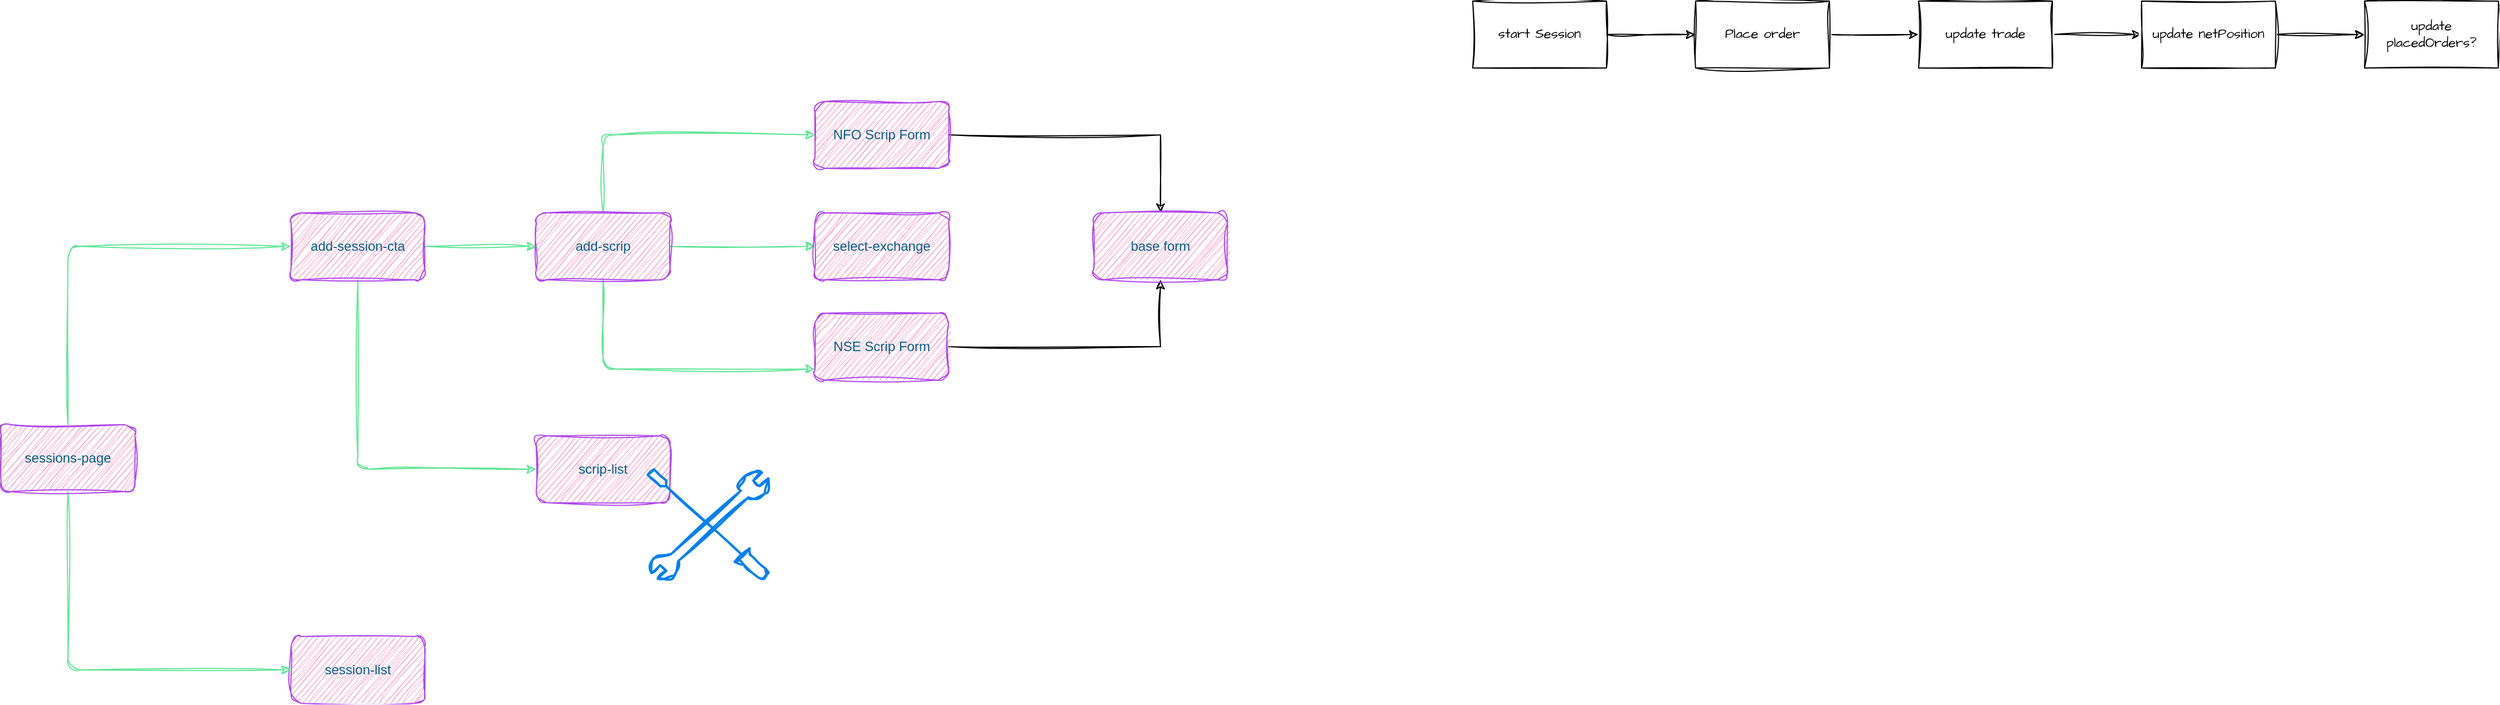
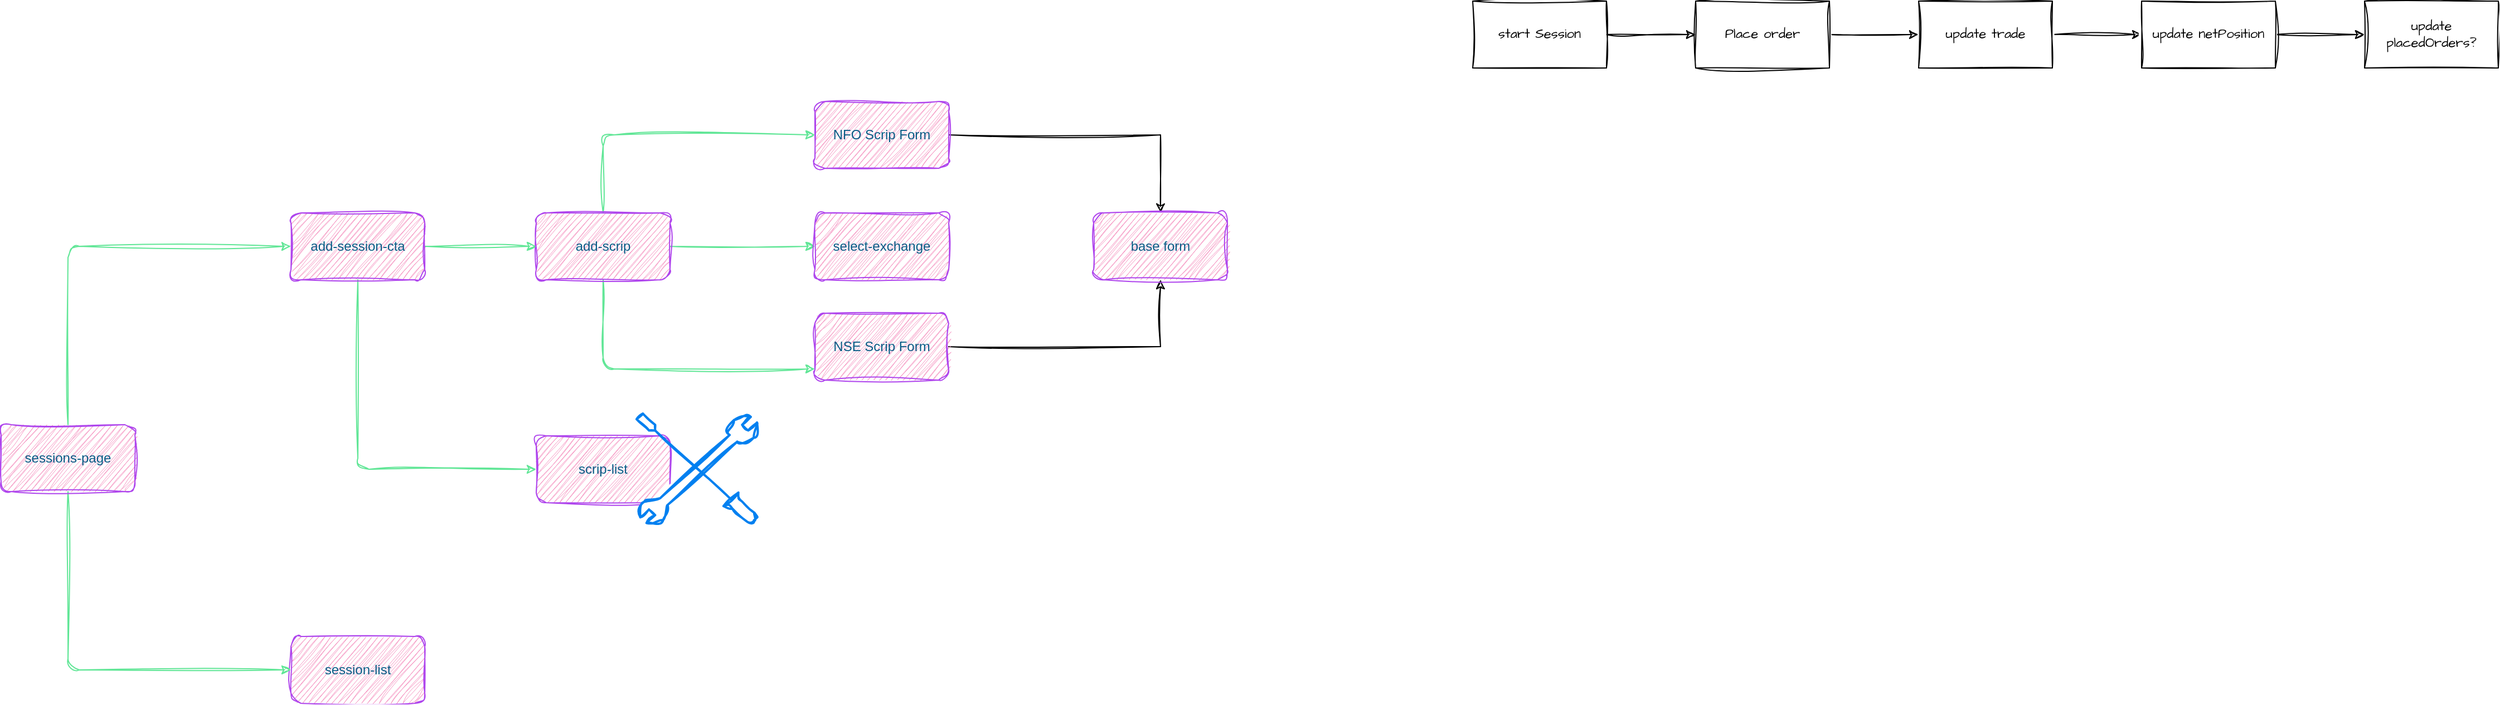
<mxfile host="app.diagrams.net" pages="5">
  <diagram id="wPQbEJP3DVO_ncDqMHqx" name="Sessions Page">
    <mxGraphModel dx="2408" dy="1443" grid="1" gridSize="10" guides="1" tooltips="1" connect="1" arrows="1" fold="1" page="0" pageScale="1" pageWidth="402" pageHeight="874" math="0" shadow="0">
      <root>
        <mxCell id="0" />
        <mxCell id="1" parent="0" />
        <mxCell id="DB1AKVm6qyutKQlFYAWD-6" edge="1" parent="1" source="DB1AKVm6qyutKQlFYAWD-1" style="edgeStyle=orthogonalEdgeStyle;rounded=1;orthogonalLoop=1;jettySize=auto;html=1;sketch=1;curveFitting=1;jiggle=2;labelBackgroundColor=none;strokeColor=#60E696;fontColor=default;" target="DB1AKVm6qyutKQlFYAWD-5" value="">
          <mxGeometry relative="1" as="geometry" />
        </mxCell>
        <mxCell id="DB1AKVm6qyutKQlFYAWD-8" edge="1" parent="1" source="DB1AKVm6qyutKQlFYAWD-1" style="edgeStyle=orthogonalEdgeStyle;rounded=1;orthogonalLoop=1;jettySize=auto;html=1;sketch=1;curveFitting=1;jiggle=2;labelBackgroundColor=none;strokeColor=#60E696;fontColor=default;" target="DB1AKVm6qyutKQlFYAWD-7" value="">
          <mxGeometry relative="1" as="geometry">
            <Array as="points">
              <mxPoint x="120" y="270" />
            </Array>
          </mxGeometry>
        </mxCell>
        <mxCell id="DB1AKVm6qyutKQlFYAWD-10" edge="1" parent="1" source="DB1AKVm6qyutKQlFYAWD-1" style="edgeStyle=orthogonalEdgeStyle;rounded=1;orthogonalLoop=1;jettySize=auto;html=1;sketch=1;curveFitting=1;jiggle=2;labelBackgroundColor=none;strokeColor=#60E696;fontColor=default;" target="DB1AKVm6qyutKQlFYAWD-9" value="">
          <mxGeometry relative="1" as="geometry">
            <Array as="points">
              <mxPoint x="120" y="60" />
            </Array>
          </mxGeometry>
        </mxCell>
        <mxCell id="DB1AKVm6qyutKQlFYAWD-1" parent="1" style="rounded=1;whiteSpace=wrap;html=1;sketch=1;curveFitting=1;jiggle=2;labelBackgroundColor=none;fillColor=#F694C1;strokeColor=#AF45ED;fontColor=#095C86;" value="add-scrip" vertex="1">
          <mxGeometry height="60" width="120" x="60" y="130" as="geometry" />
        </mxCell>
        <mxCell id="DB1AKVm6qyutKQlFYAWD-4" edge="1" parent="1" source="DB1AKVm6qyutKQlFYAWD-3" style="edgeStyle=orthogonalEdgeStyle;rounded=1;orthogonalLoop=1;jettySize=auto;html=1;sketch=1;curveFitting=1;jiggle=2;labelBackgroundColor=none;strokeColor=#60E696;fontColor=default;" target="DB1AKVm6qyutKQlFYAWD-1" value="">
          <mxGeometry relative="1" as="geometry" />
        </mxCell>
        <mxCell id="DB1AKVm6qyutKQlFYAWD-12" edge="1" parent="1" source="DB1AKVm6qyutKQlFYAWD-3" style="edgeStyle=orthogonalEdgeStyle;rounded=1;orthogonalLoop=1;jettySize=auto;html=1;sketch=1;curveFitting=1;jiggle=2;labelBackgroundColor=none;strokeColor=#60E696;fontColor=default;" target="DB1AKVm6qyutKQlFYAWD-11" value="">
          <mxGeometry relative="1" as="geometry">
            <Array as="points">
              <mxPoint x="-100" y="360" />
            </Array>
          </mxGeometry>
        </mxCell>
        <mxCell id="DB1AKVm6qyutKQlFYAWD-3" parent="1" style="rounded=1;whiteSpace=wrap;html=1;sketch=1;curveFitting=1;jiggle=2;labelBackgroundColor=none;fillColor=#F694C1;strokeColor=#AF45ED;fontColor=#095C86;" value="add-session-cta" vertex="1">
          <mxGeometry height="60" width="120" x="-160" y="130" as="geometry" />
        </mxCell>
        <mxCell id="DB1AKVm6qyutKQlFYAWD-5" parent="1" style="whiteSpace=wrap;html=1;rounded=1;sketch=1;curveFitting=1;jiggle=2;labelBackgroundColor=none;fillColor=#F694C1;strokeColor=#AF45ED;fontColor=#095C86;" value="select-exchange" vertex="1">
          <mxGeometry height="60" width="120" x="310" y="130" as="geometry" />
        </mxCell>
        <mxCell id="ouMAoqMrmdJ_XqpmxOQB-3" edge="1" parent="1" source="DB1AKVm6qyutKQlFYAWD-7" style="edgeStyle=orthogonalEdgeStyle;rounded=0;sketch=1;hachureGap=4;jiggle=2;curveFitting=1;orthogonalLoop=1;jettySize=auto;html=1;fontFamily=Architects Daughter;fontSource=https%3A%2F%2Ffonts.googleapis.com%2Fcss%3Ffamily%3DArchitects%2BDaughter;" target="ouMAoqMrmdJ_XqpmxOQB-1">
          <mxGeometry relative="1" as="geometry" />
        </mxCell>
        <mxCell id="DB1AKVm6qyutKQlFYAWD-7" parent="1" style="whiteSpace=wrap;html=1;rounded=1;sketch=1;curveFitting=1;jiggle=2;labelBackgroundColor=none;fillColor=#F694C1;strokeColor=#AF45ED;fontColor=#095C86;" value="NSE Scrip Form" vertex="1">
          <mxGeometry height="60" width="120" x="310" y="220" as="geometry" />
        </mxCell>
        <mxCell id="ouMAoqMrmdJ_XqpmxOQB-2" edge="1" parent="1" source="DB1AKVm6qyutKQlFYAWD-9" style="edgeStyle=orthogonalEdgeStyle;rounded=0;sketch=1;hachureGap=4;jiggle=2;curveFitting=1;orthogonalLoop=1;jettySize=auto;html=1;fontFamily=Architects Daughter;fontSource=https%3A%2F%2Ffonts.googleapis.com%2Fcss%3Ffamily%3DArchitects%2BDaughter;" target="ouMAoqMrmdJ_XqpmxOQB-1" value="">
          <mxGeometry relative="1" as="geometry" />
        </mxCell>
        <mxCell id="DB1AKVm6qyutKQlFYAWD-9" parent="1" style="whiteSpace=wrap;html=1;rounded=1;sketch=1;curveFitting=1;jiggle=2;labelBackgroundColor=none;fillColor=#F694C1;strokeColor=#AF45ED;fontColor=#095C86;" value="NFO Scrip Form" vertex="1">
          <mxGeometry height="60" width="120" x="310" y="30" as="geometry" />
        </mxCell>
        <mxCell id="DB1AKVm6qyutKQlFYAWD-11" parent="1" style="whiteSpace=wrap;html=1;rounded=1;sketch=1;curveFitting=1;jiggle=2;labelBackgroundColor=none;fillColor=#F694C1;strokeColor=#AF45ED;fontColor=#095C86;" value="scrip-list" vertex="1">
          <mxGeometry height="60" width="120" x="60" y="330" as="geometry" />
        </mxCell>
        <mxCell id="DB1AKVm6qyutKQlFYAWD-13" parent="1" style="rounded=1;whiteSpace=wrap;html=1;sketch=1;curveFitting=1;jiggle=2;labelBackgroundColor=none;fillColor=#F694C1;strokeColor=#AF45ED;fontColor=#095C86;" value="session-list" vertex="1">
          <mxGeometry height="60" width="120" x="-160" y="510" as="geometry" />
        </mxCell>
        <mxCell id="DB1AKVm6qyutKQlFYAWD-15" edge="1" parent="1" source="DB1AKVm6qyutKQlFYAWD-14" style="edgeStyle=orthogonalEdgeStyle;rounded=1;sketch=1;hachureGap=4;jiggle=2;curveFitting=1;orthogonalLoop=1;jettySize=auto;html=1;entryX=0;entryY=0.5;entryDx=0;entryDy=0;strokeColor=#60E696;fontFamily=Architects Daughter;fontSource=https%3A%2F%2Ffonts.googleapis.com%2Fcss%3Ffamily%3DArchitects%2BDaughter;fontColor=#095C86;fillColor=#F694C1;" target="DB1AKVm6qyutKQlFYAWD-3">
          <mxGeometry relative="1" as="geometry">
            <Array as="points">
              <mxPoint x="-360" y="160" />
            </Array>
          </mxGeometry>
        </mxCell>
        <mxCell id="DB1AKVm6qyutKQlFYAWD-18" edge="1" parent="1" source="DB1AKVm6qyutKQlFYAWD-14" style="edgeStyle=orthogonalEdgeStyle;rounded=1;sketch=1;hachureGap=4;jiggle=2;curveFitting=1;orthogonalLoop=1;jettySize=auto;html=1;entryX=0;entryY=0.5;entryDx=0;entryDy=0;strokeColor=#60E696;fontFamily=Architects Daughter;fontSource=https%3A%2F%2Ffonts.googleapis.com%2Fcss%3Ffamily%3DArchitects%2BDaughter;fontColor=#095C86;fillColor=#F694C1;" target="DB1AKVm6qyutKQlFYAWD-13">
          <mxGeometry relative="1" as="geometry">
            <Array as="points">
              <mxPoint x="-360" y="540" />
            </Array>
          </mxGeometry>
        </mxCell>
        <mxCell id="DB1AKVm6qyutKQlFYAWD-14" parent="1" style="rounded=1;whiteSpace=wrap;html=1;sketch=1;curveFitting=1;jiggle=2;labelBackgroundColor=none;fillColor=#F694C1;strokeColor=#AF45ED;fontColor=#095C86;" value="sessions-page" vertex="1">
          <mxGeometry height="60" width="120" x="-420" y="320" as="geometry" />
        </mxCell>
        <mxCell id="ouMAoqMrmdJ_XqpmxOQB-1" parent="1" style="whiteSpace=wrap;html=1;fillColor=#F694C1;strokeColor=#AF45ED;fontColor=#095C86;rounded=1;sketch=1;curveFitting=1;jiggle=2;labelBackgroundColor=none;" value="base form" vertex="1">
          <mxGeometry height="60" width="120" x="560" y="130" as="geometry" />
        </mxCell>
        <mxCell id="ouMAoqMrmdJ_XqpmxOQB-6" edge="1" parent="1" source="ouMAoqMrmdJ_XqpmxOQB-4" style="edgeStyle=orthogonalEdgeStyle;rounded=0;sketch=1;hachureGap=4;jiggle=2;curveFitting=1;orthogonalLoop=1;jettySize=auto;html=1;fontFamily=Architects Daughter;fontSource=https%3A%2F%2Ffonts.googleapis.com%2Fcss%3Ffamily%3DArchitects%2BDaughter;" target="ouMAoqMrmdJ_XqpmxOQB-5" value="">
          <mxGeometry relative="1" as="geometry" />
        </mxCell>
        <mxCell id="ouMAoqMrmdJ_XqpmxOQB-4" parent="1" style="whiteSpace=wrap;html=1;sketch=1;hachureGap=4;jiggle=2;curveFitting=1;fontFamily=Architects Daughter;fontSource=https%3A%2F%2Ffonts.googleapis.com%2Fcss%3Ffamily%3DArchitects%2BDaughter;" value="start Session" vertex="1">
          <mxGeometry height="60" width="120" x="900" y="-60" as="geometry" />
        </mxCell>
        <mxCell id="ouMAoqMrmdJ_XqpmxOQB-8" edge="1" parent="1" source="ouMAoqMrmdJ_XqpmxOQB-5" style="edgeStyle=orthogonalEdgeStyle;rounded=0;sketch=1;hachureGap=4;jiggle=2;curveFitting=1;orthogonalLoop=1;jettySize=auto;html=1;fontFamily=Architects Daughter;fontSource=https%3A%2F%2Ffonts.googleapis.com%2Fcss%3Ffamily%3DArchitects%2BDaughter;" target="ouMAoqMrmdJ_XqpmxOQB-7" value="">
          <mxGeometry relative="1" as="geometry" />
        </mxCell>
        <mxCell id="ouMAoqMrmdJ_XqpmxOQB-5" parent="1" style="whiteSpace=wrap;html=1;fontFamily=Architects Daughter;sketch=1;hachureGap=4;jiggle=2;curveFitting=1;fontSource=https%3A%2F%2Ffonts.googleapis.com%2Fcss%3Ffamily%3DArchitects%2BDaughter;" value="Place order" vertex="1">
          <mxGeometry height="60" width="120" x="1100" y="-60" as="geometry" />
        </mxCell>
        <mxCell id="ouMAoqMrmdJ_XqpmxOQB-10" edge="1" parent="1" source="ouMAoqMrmdJ_XqpmxOQB-7" style="edgeStyle=orthogonalEdgeStyle;rounded=0;sketch=1;hachureGap=4;jiggle=2;curveFitting=1;orthogonalLoop=1;jettySize=auto;html=1;fontFamily=Architects Daughter;fontSource=https%3A%2F%2Ffonts.googleapis.com%2Fcss%3Ffamily%3DArchitects%2BDaughter;" target="ouMAoqMrmdJ_XqpmxOQB-9" value="">
          <mxGeometry relative="1" as="geometry" />
        </mxCell>
        <mxCell id="ouMAoqMrmdJ_XqpmxOQB-7" parent="1" style="whiteSpace=wrap;html=1;fontFamily=Architects Daughter;sketch=1;hachureGap=4;jiggle=2;curveFitting=1;fontSource=https%3A%2F%2Ffonts.googleapis.com%2Fcss%3Ffamily%3DArchitects%2BDaughter;" value="update trade" vertex="1">
          <mxGeometry height="60" width="120" x="1300" y="-60" as="geometry" />
        </mxCell>
        <mxCell id="ouMAoqMrmdJ_XqpmxOQB-12" edge="1" parent="1" source="ouMAoqMrmdJ_XqpmxOQB-9" style="edgeStyle=orthogonalEdgeStyle;rounded=0;sketch=1;hachureGap=4;jiggle=2;curveFitting=1;orthogonalLoop=1;jettySize=auto;html=1;fontFamily=Architects Daughter;fontSource=https%3A%2F%2Ffonts.googleapis.com%2Fcss%3Ffamily%3DArchitects%2BDaughter;" target="ouMAoqMrmdJ_XqpmxOQB-11" value="">
          <mxGeometry relative="1" as="geometry" />
        </mxCell>
        <mxCell id="ouMAoqMrmdJ_XqpmxOQB-9" parent="1" style="whiteSpace=wrap;html=1;fontFamily=Architects Daughter;sketch=1;hachureGap=4;jiggle=2;curveFitting=1;fontSource=https%3A%2F%2Ffonts.googleapis.com%2Fcss%3Ffamily%3DArchitects%2BDaughter;" value="update netPosition" vertex="1">
          <mxGeometry height="60" width="120" x="1500" y="-60" as="geometry" />
        </mxCell>
        <mxCell id="ouMAoqMrmdJ_XqpmxOQB-11" parent="1" style="whiteSpace=wrap;html=1;fontFamily=Architects Daughter;sketch=1;hachureGap=4;jiggle=2;curveFitting=1;fontSource=https%3A%2F%2Ffonts.googleapis.com%2Fcss%3Ffamily%3DArchitects%2BDaughter;" value="update placedOrders?" vertex="1">
          <mxGeometry height="60" width="120" x="1700" y="-60" as="geometry" />
        </mxCell>
        <mxCell id="ouMAoqMrmdJ_XqpmxOQB-13" parent="1" style="html=1;verticalLabelPosition=bottom;align=center;labelBackgroundColor=#ffffff;verticalAlign=top;strokeWidth=2;strokeColor=#0080F0;shadow=0;dashed=0;shape=mxgraph.ios7.icons.tools;pointerEvents=1;sketch=1;hachureGap=4;jiggle=2;curveFitting=1;fontFamily=Architects Daughter;fontSource=https%3A%2F%2Ffonts.googleapis.com%2Fcss%3Ffamily%3DArchitects%2BDaughter;" value="" vertex="1">
-           <mxGeometry height="100" width="110" x="160" y="360" as="geometry" />
+           <mxGeometry height="100" width="110" x="150" y="310" as="geometry" />
        </mxCell>
      </root>
    </mxGraphModel>
  </diagram>
  <diagram id="YVkBlKKJ4RNEtawBKbZk" name="Session">
    <mxGraphModel dx="1357" dy="626" grid="1" gridSize="10" guides="1" tooltips="1" connect="1" arrows="1" fold="1" page="0" pageScale="1" pageWidth="402" pageHeight="874" math="0" shadow="0">
      <root>
        <mxCell id="0" />
        <mxCell id="1" parent="0" />
        <mxCell id="b8iQl_XISdQ6rZ6kNcMQ-3" edge="1" parent="1" source="b8iQl_XISdQ6rZ6kNcMQ-1" style="edgeStyle=orthogonalEdgeStyle;rounded=0;orthogonalLoop=1;jettySize=auto;html=1;" target="b8iQl_XISdQ6rZ6kNcMQ-2" value="">
          <mxGeometry relative="1" as="geometry" />
        </mxCell>
        <mxCell id="b8iQl_XISdQ6rZ6kNcMQ-1" parent="1" style="rounded=1;whiteSpace=wrap;html=1;" value="start session" vertex="1">
          <mxGeometry height="60" width="120" x="-200" y="80" as="geometry" />
        </mxCell>
        <mxCell id="b8iQl_XISdQ6rZ6kNcMQ-5" edge="1" parent="1" source="b8iQl_XISdQ6rZ6kNcMQ-2" style="edgeStyle=orthogonalEdgeStyle;rounded=0;orthogonalLoop=1;jettySize=auto;html=1;" target="b8iQl_XISdQ6rZ6kNcMQ-4" value="">
          <mxGeometry relative="1" as="geometry" />
        </mxCell>
        <mxCell id="b8iQl_XISdQ6rZ6kNcMQ-2" parent="1" style="whiteSpace=wrap;html=1;rounded=1;" value="place orders&amp;nbsp;&lt;br&gt;(all or none)" vertex="1">
          <mxGeometry height="60" width="120" y="80" as="geometry" />
        </mxCell>
        <mxCell id="b8iQl_XISdQ6rZ6kNcMQ-7" edge="1" parent="1" source="b8iQl_XISdQ6rZ6kNcMQ-4" style="edgeStyle=orthogonalEdgeStyle;rounded=0;orthogonalLoop=1;jettySize=auto;html=1;" target="b8iQl_XISdQ6rZ6kNcMQ-6" value="">
          <mxGeometry relative="1" as="geometry" />
        </mxCell>
        <mxCell id="b8iQl_XISdQ6rZ6kNcMQ-4" parent="1" style="whiteSpace=wrap;html=1;rounded=1;" value="update margins" vertex="1">
          <mxGeometry height="60" width="120" x="200" y="80" as="geometry" />
        </mxCell>
        <mxCell id="b8iQl_XISdQ6rZ6kNcMQ-6" parent="1" style="whiteSpace=wrap;html=1;rounded=1;" value="create session" vertex="1">
          <mxGeometry height="60" width="120" x="200" y="200" as="geometry" />
        </mxCell>
        <mxCell id="b8iQl_XISdQ6rZ6kNcMQ-8" parent="1" style="rounded=1;whiteSpace=wrap;html=1;fillColor=#fff2cc;strokeColor=#d6b656;" value="firebase" vertex="1">
          <mxGeometry height="40" width="80" x="300" y="190" as="geometry" />
        </mxCell>
        <mxCell id="b8iQl_XISdQ6rZ6kNcMQ-9" parent="1" style="rounded=1;whiteSpace=wrap;html=1;fillColor=#fff2cc;strokeColor=#d6b656;" value="kite" vertex="1">
          <mxGeometry height="40" width="80" x="80" y="50" as="geometry" />
        </mxCell>
        <mxCell id="b8iQl_XISdQ6rZ6kNcMQ-10" parent="1" style="rounded=1;whiteSpace=wrap;html=1;fillColor=#fff2cc;strokeColor=#d6b656;" value="firebase" vertex="1">
          <mxGeometry height="40" width="80" x="290" y="60" as="geometry" />
        </mxCell>
      </root>
    </mxGraphModel>
  </diagram>
  <diagram id="4KjMPYYtLXdBkkJX1B08" name="Auth">
    <mxGraphModel dx="1276" dy="835" grid="0" gridSize="10" guides="1" tooltips="1" connect="1" arrows="1" fold="1" page="0" pageScale="1" pageWidth="402" pageHeight="874" math="0" shadow="0">
      <root>
        <mxCell id="0" />
        <mxCell id="1" parent="0" />
        <mxCell id="pPH6oVQiPgVcm9OUePWL-3" edge="1" parent="1" source="pPH6oVQiPgVcm9OUePWL-1" style="edgeStyle=orthogonalEdgeStyle;rounded=0;orthogonalLoop=1;jettySize=auto;html=1;" target="pPH6oVQiPgVcm9OUePWL-2" value="">
          <mxGeometry relative="1" as="geometry" />
        </mxCell>
        <mxCell id="pPH6oVQiPgVcm9OUePWL-1" parent="1" style="rounded=1;whiteSpace=wrap;html=1;" value="User clicks &quot;Login&quot; Button" vertex="1">
          <mxGeometry height="60" width="120" x="23" y="101" as="geometry" />
        </mxCell>
        <mxCell id="pPH6oVQiPgVcm9OUePWL-5" edge="1" parent="1" source="pPH6oVQiPgVcm9OUePWL-2" style="edgeStyle=orthogonalEdgeStyle;rounded=0;orthogonalLoop=1;jettySize=auto;html=1;" target="pPH6oVQiPgVcm9OUePWL-4" value="">
          <mxGeometry relative="1" as="geometry" />
        </mxCell>
        <mxCell id="pPH6oVQiPgVcm9OUePWL-2" parent="1" style="whiteSpace=wrap;html=1;rounded=1;" value="Open the Login URL" vertex="1">
          <mxGeometry height="60" width="120" x="223" y="101" as="geometry" />
        </mxCell>
        <mxCell id="pPH6oVQiPgVcm9OUePWL-7" edge="1" parent="1" source="pPH6oVQiPgVcm9OUePWL-4" style="edgeStyle=orthogonalEdgeStyle;rounded=0;orthogonalLoop=1;jettySize=auto;html=1;" target="pPH6oVQiPgVcm9OUePWL-6" value="">
          <mxGeometry relative="1" as="geometry" />
        </mxCell>
        <mxCell id="pPH6oVQiPgVcm9OUePWL-4" parent="1" style="whiteSpace=wrap;html=1;rounded=1;" value="User logins to Zerodha" vertex="1">
          <mxGeometry height="60" width="120" x="423" y="101" as="geometry" />
        </mxCell>
        <mxCell id="pPH6oVQiPgVcm9OUePWL-9" edge="1" parent="1" source="pPH6oVQiPgVcm9OUePWL-6" style="edgeStyle=orthogonalEdgeStyle;rounded=0;orthogonalLoop=1;jettySize=auto;html=1;" target="pPH6oVQiPgVcm9OUePWL-8" value="">
          <mxGeometry relative="1" as="geometry" />
        </mxCell>
        <mxCell id="pPH6oVQiPgVcm9OUePWL-6" parent="1" style="whiteSpace=wrap;html=1;rounded=1;" value="Redirected to callback URL with request_token&lt;br&gt;&lt;b&gt;http://localhost:3000/api/auth/kite/callback&lt;/b&gt;" vertex="1">
          <mxGeometry height="60" width="262" x="352" y="244" as="geometry" />
        </mxCell>
        <mxCell id="pPH6oVQiPgVcm9OUePWL-13" edge="1" parent="1" source="pPH6oVQiPgVcm9OUePWL-8" style="edgeStyle=orthogonalEdgeStyle;rounded=0;orthogonalLoop=1;jettySize=auto;html=1;" target="pPH6oVQiPgVcm9OUePWL-12" value="">
          <mxGeometry relative="1" as="geometry" />
        </mxCell>
        <mxCell id="pPH6oVQiPgVcm9OUePWL-8" parent="1" style="whiteSpace=wrap;html=1;rounded=1;" value="In loader for this route, generate the session" vertex="1">
          <mxGeometry height="60" width="120" x="17" y="244" as="geometry" />
        </mxCell>
        <mxCell id="pPH6oVQiPgVcm9OUePWL-15" edge="1" parent="1" source="pPH6oVQiPgVcm9OUePWL-12" style="edgeStyle=orthogonalEdgeStyle;rounded=0;orthogonalLoop=1;jettySize=auto;html=1;" target="pPH6oVQiPgVcm9OUePWL-14" value="">
          <mxGeometry relative="1" as="geometry" />
        </mxCell>
        <mxCell id="pPH6oVQiPgVcm9OUePWL-12" parent="1" style="whiteSpace=wrap;html=1;rounded=1;" value="Serialize and save the access token in cookie" vertex="1">
          <mxGeometry height="60" width="120" x="17" y="384" as="geometry" />
        </mxCell>
        <mxCell id="pPH6oVQiPgVcm9OUePWL-17" edge="1" parent="1" source="pPH6oVQiPgVcm9OUePWL-14" style="edgeStyle=orthogonalEdgeStyle;rounded=0;orthogonalLoop=1;jettySize=auto;html=1;" target="pPH6oVQiPgVcm9OUePWL-16" value="">
          <mxGeometry relative="1" as="geometry" />
        </mxCell>
        <mxCell id="pPH6oVQiPgVcm9OUePWL-14" parent="1" style="whiteSpace=wrap;html=1;rounded=1;" value="redirect to /dashboard" vertex="1">
          <mxGeometry height="60" width="120" x="217" y="384" as="geometry" />
        </mxCell>
        <mxCell id="pPH6oVQiPgVcm9OUePWL-19" edge="1" parent="1" source="pPH6oVQiPgVcm9OUePWL-16" style="edgeStyle=orthogonalEdgeStyle;rounded=0;orthogonalLoop=1;jettySize=auto;html=1;" target="pPH6oVQiPgVcm9OUePWL-18" value="">
          <mxGeometry relative="1" as="geometry" />
        </mxCell>
        <mxCell id="pPH6oVQiPgVcm9OUePWL-16" parent="1" style="whiteSpace=wrap;html=1;rounded=1;" value="in dashboard loader, get the access token from the cookie and send it to client" vertex="1">
          <mxGeometry height="60" width="120" x="417" y="384" as="geometry" />
        </mxCell>
        <mxCell id="pPH6oVQiPgVcm9OUePWL-21" edge="1" parent="1" source="pPH6oVQiPgVcm9OUePWL-18" style="edgeStyle=orthogonalEdgeStyle;rounded=0;orthogonalLoop=1;jettySize=auto;html=1;" target="pPH6oVQiPgVcm9OUePWL-20" value="">
          <mxGeometry relative="1" as="geometry" />
        </mxCell>
        <mxCell id="pPH6oVQiPgVcm9OUePWL-18" parent="1" style="whiteSpace=wrap;html=1;rounded=1;" value="front-end creates the kc client with api_key and access_token.&amp;nbsp;&amp;nbsp;" vertex="1">
          <mxGeometry height="60" width="120" x="617" y="384" as="geometry" />
        </mxCell>
        <mxCell id="pPH6oVQiPgVcm9OUePWL-20" parent="1" style="whiteSpace=wrap;html=1;rounded=1;" value="use kc client for calling Kite APIs" vertex="1">
          <mxGeometry height="60" width="120" x="617" y="524" as="geometry" />
        </mxCell>
      </root>
    </mxGraphModel>
  </diagram>
  <diagram name="UI/UX" id="5MV4RERJIjpIYta4IkZD">
    <mxGraphModel dx="3134" dy="2189" grid="0" gridSize="10" guides="1" tooltips="1" connect="1" arrows="1" fold="1" page="0" pageScale="1" pageWidth="402" pageHeight="874" background="#ffffff" math="0" shadow="0">
      <root>
        <mxCell id="0" />
        <mxCell id="1" parent="0" />
        <mxCell id="ExlUUjPYo0Ii6ma58Pc_-14" parent="1" style="rounded=1;whiteSpace=wrap;html=1;" value="" vertex="1">
          <mxGeometry height="321" width="1097" x="-296" y="-20" as="geometry" />
        </mxCell>
        <mxCell id="ExlUUjPYo0Ii6ma58Pc_-13" parent="1" style="rounded=1;whiteSpace=wrap;html=1;" value="" vertex="1">
          <mxGeometry height="321" width="1097" x="-287" y="732" as="geometry" />
        </mxCell>
        <mxCell id="iMmVTYed4h1aN_pzg3ix-1" parent="1" style="text;html=1;whiteSpace=wrap;strokeColor=none;fillColor=none;align=center;verticalAlign=middle;rounded=0;fontStyle=1;fontSize=48;fontColor=light-dark(#7a7978, #ededed);" value="Net Qty." vertex="1">
          <mxGeometry height="59" width="60" x="-120" y="72" as="geometry" />
        </mxCell>
        <mxCell id="iMmVTYed4h1aN_pzg3ix-2" parent="1" style="text;html=1;whiteSpace=wrap;strokeColor=none;fillColor=none;align=center;verticalAlign=middle;rounded=0;fontStyle=1;fontSize=48;fontColor=light-dark(#7a7978, #ededed);" value="AVG. PRICE" vertex="1">
          <mxGeometry height="59" width="60" x="149" y="61" as="geometry" />
        </mxCell>
        <mxCell id="iMmVTYed4h1aN_pzg3ix-3" parent="1" style="text;html=1;whiteSpace=wrap;strokeColor=none;fillColor=none;align=center;verticalAlign=middle;rounded=0;fontStyle=1;fontSize=48;fontColor=light-dark(#7a7978, #ededed);" value="LTP" vertex="1">
          <mxGeometry height="59" width="60" x="418" y="61" as="geometry" />
        </mxCell>
        <mxCell id="iMmVTYed4h1aN_pzg3ix-4" parent="1" style="text;html=1;whiteSpace=wrap;strokeColor=none;fillColor=none;align=center;verticalAlign=middle;rounded=0;fontStyle=1;fontSize=48;fontColor=light-dark(#7a7978, #ededed);" value="PnL" vertex="1">
          <mxGeometry height="59" width="60" x="687" y="61" as="geometry" />
        </mxCell>
        <mxCell id="iMmVTYed4h1aN_pzg3ix-5" parent="1" style="text;html=1;whiteSpace=wrap;strokeColor=none;fillColor=none;align=center;verticalAlign=middle;rounded=0;fontSize=36;fontStyle=1" value="100" vertex="1">
          <mxGeometry height="30" width="60" x="-120" y="211" as="geometry" />
        </mxCell>
        <mxCell id="iMmVTYed4h1aN_pzg3ix-6" parent="1" style="text;html=1;whiteSpace=wrap;strokeColor=none;fillColor=none;align=center;verticalAlign=middle;rounded=0;fontSize=36;fontStyle=1" value="36.40" vertex="1">
          <mxGeometry height="30" width="60" x="149" y="211" as="geometry" />
        </mxCell>
        <mxCell id="iMmVTYed4h1aN_pzg3ix-7" parent="1" style="text;html=1;whiteSpace=wrap;strokeColor=none;fillColor=none;align=center;verticalAlign=middle;rounded=0;fontSize=36;fontStyle=1" value="37.45" vertex="1">
          <mxGeometry height="30" width="60" x="418" y="211" as="geometry" />
        </mxCell>
        <mxCell id="iMmVTYed4h1aN_pzg3ix-8" parent="1" style="text;html=1;whiteSpace=wrap;strokeColor=none;fillColor=none;align=center;verticalAlign=middle;rounded=0;fontSize=36;fontStyle=1" value="100" vertex="1">
          <mxGeometry height="30" width="60" x="687" y="211" as="geometry" />
        </mxCell>
        <mxCell id="7si3vGMUa6yKKs87A3T9-2" edge="1" parent="1" source="7si3vGMUa6yKKs87A3T9-1" style="edgeStyle=orthogonalEdgeStyle;rounded=0;orthogonalLoop=1;jettySize=auto;html=1;exitX=0.5;exitY=0;exitDx=0;exitDy=0;entryX=0;entryY=0.5;entryDx=0;entryDy=0;" target="iMmVTYed4h1aN_pzg3ix-5">
          <mxGeometry relative="1" as="geometry">
            <Array as="points">
              <mxPoint x="-283" y="227" />
              <mxPoint x="-139" y="227" />
            </Array>
            <mxPoint x="-139.09090909090924" y="259.27272727272725" as="targetPoint" />
          </mxGeometry>
        </mxCell>
        <mxCell id="7si3vGMUa6yKKs87A3T9-1" parent="1" style="text;html=1;whiteSpace=wrap;strokeColor=none;fillColor=none;align=center;verticalAlign=middle;rounded=0;fontStyle=1" value="Red color if negative, blue color if positive" vertex="1">
          <mxGeometry height="70" width="129" x="-347" y="453" as="geometry" />
        </mxCell>
        <mxCell id="7si3vGMUa6yKKs87A3T9-4" edge="1" parent="1" source="7si3vGMUa6yKKs87A3T9-3" style="edgeStyle=orthogonalEdgeStyle;rounded=0;orthogonalLoop=1;jettySize=auto;html=1;entryX=0.5;entryY=1;entryDx=0;entryDy=0;" target="iMmVTYed4h1aN_pzg3ix-8">
          <mxGeometry relative="1" as="geometry" />
        </mxCell>
        <mxCell id="7si3vGMUa6yKKs87A3T9-3" parent="1" style="text;html=1;whiteSpace=wrap;strokeColor=none;fillColor=none;align=center;verticalAlign=middle;rounded=0;fontStyle=1" value="Red color if negative, blue color if positive" vertex="1">
          <mxGeometry height="70" width="129" x="681" y="398" as="geometry" />
        </mxCell>
        <mxCell id="7si3vGMUa6yKKs87A3T9-5" parent="1" style="text;html=1;whiteSpace=wrap;strokeColor=none;fillColor=none;align=center;verticalAlign=middle;rounded=0;" value="Will receive the following props:&lt;br&gt;netQuantity: number;&lt;br&gt;&lt;div&gt;averagePrice: number&lt;/div&gt;&lt;div&gt;ltp: number;&lt;/div&gt;" vertex="1">
          <mxGeometry height="101" width="203" x="-25" y="355" as="geometry" />
        </mxCell>
        <mxCell id="7si3vGMUa6yKKs87A3T9-6" parent="1" style="text;html=1;whiteSpace=wrap;strokeColor=none;fillColor=none;align=center;verticalAlign=middle;rounded=0;" value="PnL needs to be calculated by the component" vertex="1">
          <mxGeometry height="101" width="203" x="-21" y="482" as="geometry" />
        </mxCell>
        <mxCell id="7si3vGMUa6yKKs87A3T9-7" parent="1" style="text;html=1;whiteSpace=wrap;strokeColor=none;fillColor=none;align=center;verticalAlign=middle;rounded=0;fontStyle=1;fontSize=48;fontColor=light-dark(#7a7978, #ededed);" value="Net Qty." vertex="1">
          <mxGeometry height="59" width="60" x="-186" y="816" as="geometry" />
        </mxCell>
        <mxCell id="7si3vGMUa6yKKs87A3T9-8" parent="1" style="text;html=1;whiteSpace=wrap;strokeColor=none;fillColor=none;align=center;verticalAlign=middle;rounded=0;fontStyle=1;fontSize=48;fontColor=light-dark(#7a7978, #ededed);" value="AVG. PRICE" vertex="1">
          <mxGeometry height="59" width="60" x="83" y="805" as="geometry" />
        </mxCell>
        <mxCell id="7si3vGMUa6yKKs87A3T9-9" parent="1" style="text;html=1;whiteSpace=wrap;strokeColor=none;fillColor=none;align=center;verticalAlign=middle;rounded=0;fontStyle=1;fontSize=48;fontColor=light-dark(#7a7978, #ededed);" value="LTP" vertex="1">
          <mxGeometry height="59" width="60" x="352" y="805" as="geometry" />
        </mxCell>
        <mxCell id="7si3vGMUa6yKKs87A3T9-10" parent="1" style="text;html=1;whiteSpace=wrap;strokeColor=none;fillColor=none;align=center;verticalAlign=middle;rounded=0;fontStyle=1;fontSize=48;fontColor=light-dark(#7a7978, #ededed);" value="PnL" vertex="1">
          <mxGeometry height="59" width="60" x="621" y="805" as="geometry" />
        </mxCell>
        <mxCell id="7si3vGMUa6yKKs87A3T9-11" parent="1" style="text;html=1;whiteSpace=wrap;strokeColor=none;fillColor=none;align=center;verticalAlign=middle;rounded=0;fontSize=18;fontStyle=1" value="{props.netQuantity}" vertex="1">
          <mxGeometry height="30" width="60" x="-186" y="955" as="geometry" />
        </mxCell>
        <mxCell id="7si3vGMUa6yKKs87A3T9-12" parent="1" style="text;html=1;whiteSpace=wrap;strokeColor=none;fillColor=none;align=center;verticalAlign=middle;rounded=0;fontSize=18;fontStyle=1" value="&lt;div&gt;{props.averagePrice}&lt;/div&gt;" vertex="1">
          <mxGeometry height="30" width="60" x="83" y="955" as="geometry" />
        </mxCell>
        <mxCell id="7si3vGMUa6yKKs87A3T9-13" parent="1" style="text;html=1;whiteSpace=wrap;strokeColor=none;fillColor=none;align=center;verticalAlign=middle;rounded=0;fontSize=18;fontStyle=1" value="{props.ltp}" vertex="1">
          <mxGeometry height="30" width="60" x="352" y="955" as="geometry" />
        </mxCell>
        <mxCell id="7si3vGMUa6yKKs87A3T9-14" parent="1" style="text;html=1;whiteSpace=wrap;strokeColor=none;fillColor=none;align=center;verticalAlign=middle;rounded=0;fontSize=18;fontStyle=1" value="{pnl}" vertex="1">
          <mxGeometry height="30" width="60" x="621" y="955" as="geometry" />
        </mxCell>
        <mxCell id="ExlUUjPYo0Ii6ma58Pc_-1" parent="1" style="rounded=1;whiteSpace=wrap;html=1;" value="" vertex="1">
          <mxGeometry height="321" width="1253" x="-202" y="1234" as="geometry" />
        </mxCell>
        <mxCell id="ExlUUjPYo0Ii6ma58Pc_-2" parent="1" style="text;html=1;whiteSpace=wrap;strokeColor=none;fillColor=none;align=center;verticalAlign=middle;rounded=0;fontStyle=1;fontSize=48;fontColor=light-dark(#7a7978, #ededed);" value="Total Margin" vertex="1">
          <mxGeometry height="59" width="168" x="-154" y="1292" as="geometry" />
        </mxCell>
        <mxCell id="ExlUUjPYo0Ii6ma58Pc_-3" parent="1" style="text;html=1;whiteSpace=wrap;strokeColor=none;fillColor=none;align=center;verticalAlign=middle;rounded=0;fontStyle=1;fontSize=48;fontColor=light-dark(#7a7978, #ededed);" value="Utilized Margin" vertex="1">
          <mxGeometry height="59" width="168" x="330" y="1295" as="geometry" />
        </mxCell>
        <mxCell id="ExlUUjPYo0Ii6ma58Pc_-4" parent="1" style="text;html=1;whiteSpace=wrap;strokeColor=none;fillColor=none;align=center;verticalAlign=middle;rounded=0;fontStyle=1;fontSize=48;fontColor=light-dark(#7a7978, #ededed);" value="Net Margin" vertex="1">
          <mxGeometry height="59" width="168" x="813" y="1289" as="geometry" />
        </mxCell>
        <mxCell id="ExlUUjPYo0Ii6ma58Pc_-5" parent="1" style="text;html=1;whiteSpace=wrap;strokeColor=none;fillColor=none;align=center;verticalAlign=middle;rounded=0;fontSize=42;" value="₹2000" vertex="1">
          <mxGeometry height="30" width="60" x="-100" y="1412" as="geometry" />
        </mxCell>
        <mxCell id="ExlUUjPYo0Ii6ma58Pc_-7" parent="1" style="text;html=1;whiteSpace=wrap;strokeColor=none;fillColor=none;align=center;verticalAlign=middle;rounded=0;fontSize=42;" value="₹200" vertex="1">
          <mxGeometry height="30" width="60" x="384" y="1412" as="geometry" />
        </mxCell>
        <mxCell id="ExlUUjPYo0Ii6ma58Pc_-8" parent="1" style="text;html=1;whiteSpace=wrap;strokeColor=none;fillColor=none;align=center;verticalAlign=middle;rounded=0;fontSize=42;" value="₹1800" vertex="1">
          <mxGeometry height="30" width="60" x="867" y="1412" as="geometry" />
        </mxCell>
        <mxCell id="ExlUUjPYo0Ii6ma58Pc_-9" parent="1" style="html=1;shadow=0;dashed=0;shape=mxgraph.bootstrap.rrect;rSize=5;fillColor=#E9ECEF;strokeColor=none;" value="" vertex="1">
          <mxGeometry height="20" width="800" x="24.5" y="1507" as="geometry" />
        </mxCell>
        <mxCell id="ExlUUjPYo0Ii6ma58Pc_-10" parent="ExlUUjPYo0Ii6ma58Pc_-9" style="html=1;shadow=0;dashed=0;shape=mxgraph.bootstrap.leftButton;rSize=5;fillColor=#1CA5B8;strokeColor=none;resizeHeight=1;" value="" vertex="1">
          <mxGeometry height="20" relative="1" width="250" as="geometry" />
        </mxCell>
        <mxCell id="ExlUUjPYo0Ii6ma58Pc_-11" parent="1" style="text;html=1;whiteSpace=wrap;strokeColor=none;fillColor=none;align=center;verticalAlign=middle;rounded=0;fontSize=24;" value="The max value on the progress bar is the total margin and the filled in part is the utilized margin" vertex="1">
          <mxGeometry height="92" width="269" x="175" y="1620" as="geometry" />
        </mxCell>
        <mxCell id="ExlUUjPYo0Ii6ma58Pc_-12" edge="1" parent="1" source="ExlUUjPYo0Ii6ma58Pc_-11" style="edgeStyle=orthogonalEdgeStyle;rounded=0;orthogonalLoop=1;jettySize=auto;html=1;exitX=0.5;exitY=0;exitDx=0;exitDy=0;entryX=0.412;entryY=0.999;entryDx=0;entryDy=0;entryPerimeter=0;" target="ExlUUjPYo0Ii6ma58Pc_-1">
          <mxGeometry relative="1" as="geometry" />
        </mxCell>
      </root>
    </mxGraphModel>
  </diagram>
  <diagram id="dmkDPsUycKQvBsQ4H3Di" name="Kite-Fly-Ticker-Architecture">
    <mxGraphModel dx="1357" dy="626" grid="0" gridSize="10" guides="1" tooltips="1" connect="1" arrows="1" fold="1" page="0" pageScale="1" pageWidth="402" pageHeight="874" math="0" shadow="0">
      <root>
        <mxCell id="0" />
        <mxCell id="1" parent="0" />
        <mxCell id="FDZGNOtkY16CQce4NqAR-3" edge="1" parent="1" source="FDZGNOtkY16CQce4NqAR-1" style="edgeStyle=orthogonalEdgeStyle;rounded=0;orthogonalLoop=1;jettySize=auto;html=1;" target="FDZGNOtkY16CQce4NqAR-2" value="">
          <mxGeometry relative="1" as="geometry" />
        </mxCell>
        <mxCell id="FDZGNOtkY16CQce4NqAR-1" parent="1" style="rounded=1;whiteSpace=wrap;html=1;" value="Client posts a request - for example:&lt;br&gt;&lt;div&gt;&lt;br&gt;&lt;/div&gt;&lt;br&gt;&lt;div&gt;fetch(&quot;http://localhost:3000/api/ltp&quot;, () =&amp;gt; {&lt;/div&gt;&lt;div&gt;method: &quot;POST&quot;,&lt;/div&gt;&lt;div&gt;body: JSON.stringify({&lt;/div&gt;&lt;div&gt;instrument: &quot;WIPRO&quot;,&lt;br&gt;ltp: 128.10&lt;/div&gt;&lt;div&gt;})&lt;/div&gt;&lt;div&gt;})&lt;br&gt;&lt;br&gt;The call is made from another site - for ex. https://kite.zerodha.com&lt;/div&gt;" vertex="1">
          <mxGeometry height="236" width="345" x="-33" y="45" as="geometry" />
        </mxCell>
        <mxCell id="FDZGNOtkY16CQce4NqAR-5" edge="1" parent="1" source="FDZGNOtkY16CQce4NqAR-2" style="edgeStyle=orthogonalEdgeStyle;rounded=0;orthogonalLoop=1;jettySize=auto;html=1;" target="FDZGNOtkY16CQce4NqAR-4" value="">
          <mxGeometry relative="1" as="geometry" />
        </mxCell>
        <mxCell id="FDZGNOtkY16CQce4NqAR-2" parent="1" style="whiteSpace=wrap;html=1;rounded=1;" value="SERVER" vertex="1">
          <mxGeometry height="60" width="120" x="504.5" y="98.5" as="geometry" />
        </mxCell>
        <mxCell id="FDZGNOtkY16CQce4NqAR-8" edge="1" parent="1" source="FDZGNOtkY16CQce4NqAR-4" style="edgeStyle=orthogonalEdgeStyle;rounded=0;orthogonalLoop=1;jettySize=auto;html=1;exitX=0.75;exitY=1;exitDx=0;exitDy=0;entryX=1;entryY=0.75;entryDx=0;entryDy=0;" target="FDZGNOtkY16CQce4NqAR-6">
          <mxGeometry relative="1" as="geometry" />
        </mxCell>
        <mxCell id="FDZGNOtkY16CQce4NqAR-4" parent="1" style="whiteSpace=wrap;html=1;rounded=1;" value="Websocket" vertex="1">
          <mxGeometry height="60" width="120" x="504.5" y="265" as="geometry" />
        </mxCell>
        <mxCell id="FDZGNOtkY16CQce4NqAR-7" edge="1" parent="1" source="FDZGNOtkY16CQce4NqAR-6" style="edgeStyle=orthogonalEdgeStyle;rounded=0;orthogonalLoop=1;jettySize=auto;html=1;entryX=0.5;entryY=1;entryDx=0;entryDy=0;" target="FDZGNOtkY16CQce4NqAR-4">
          <mxGeometry relative="1" as="geometry" />
        </mxCell>
        <mxCell id="FDZGNOtkY16CQce4NqAR-6" parent="1" style="rounded=1;whiteSpace=wrap;html=1;" value="On another client,&lt;div&gt;new Websocket()&lt;/div&gt;// receive the data which is sent from /api/ltp" vertex="1">
          <mxGeometry height="167" width="345" x="1" y="392" as="geometry" />
        </mxCell>
      </root>
    </mxGraphModel>
  </diagram>
</mxfile>
